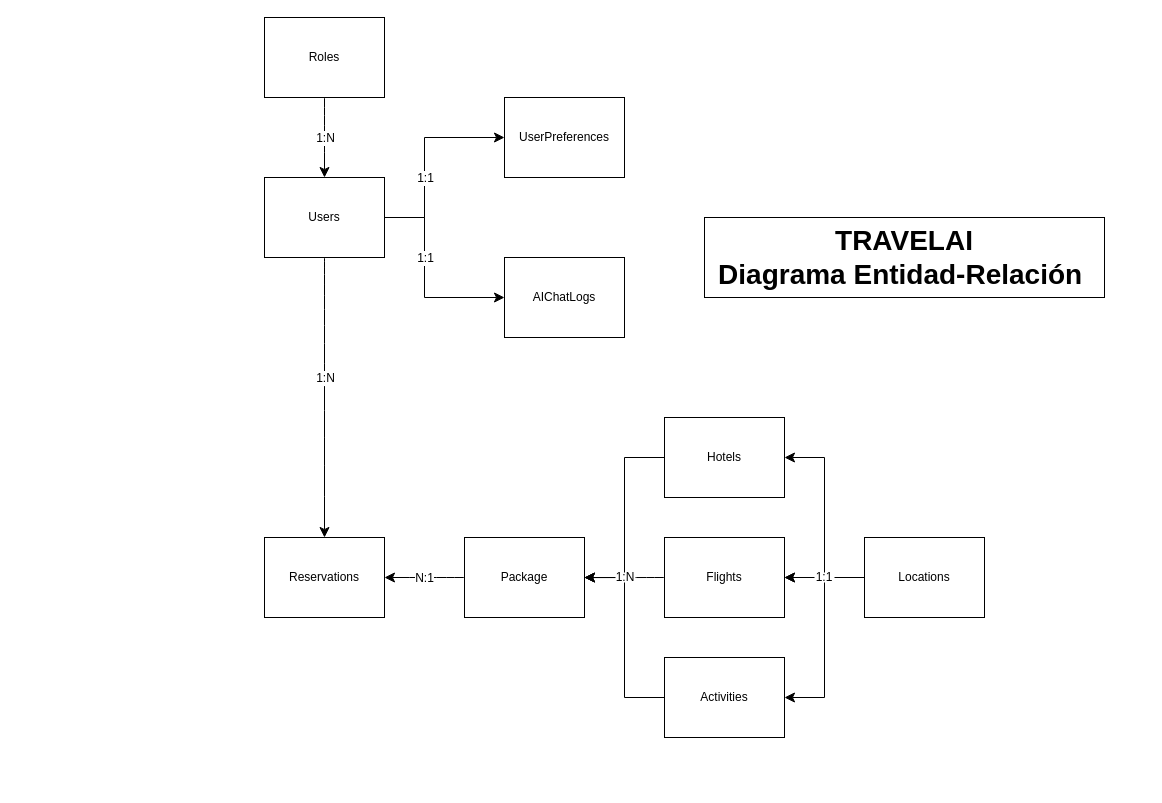
Above: page "EntidadRelacion" (2 of 2) of DocumentosExtra/EntidadRelacion/TravelAI.drawio in druiman1608/TravelAI (draw.io), before the change. Source tidied: cells renumbered, new cells numbered last; positions are measured from the earlier drawing's top-left corner, leaving out a move shared by most shapes. Both pictures are drawn from the tidied source at 100%, with x=0, y=0 at pixel (264, 17).
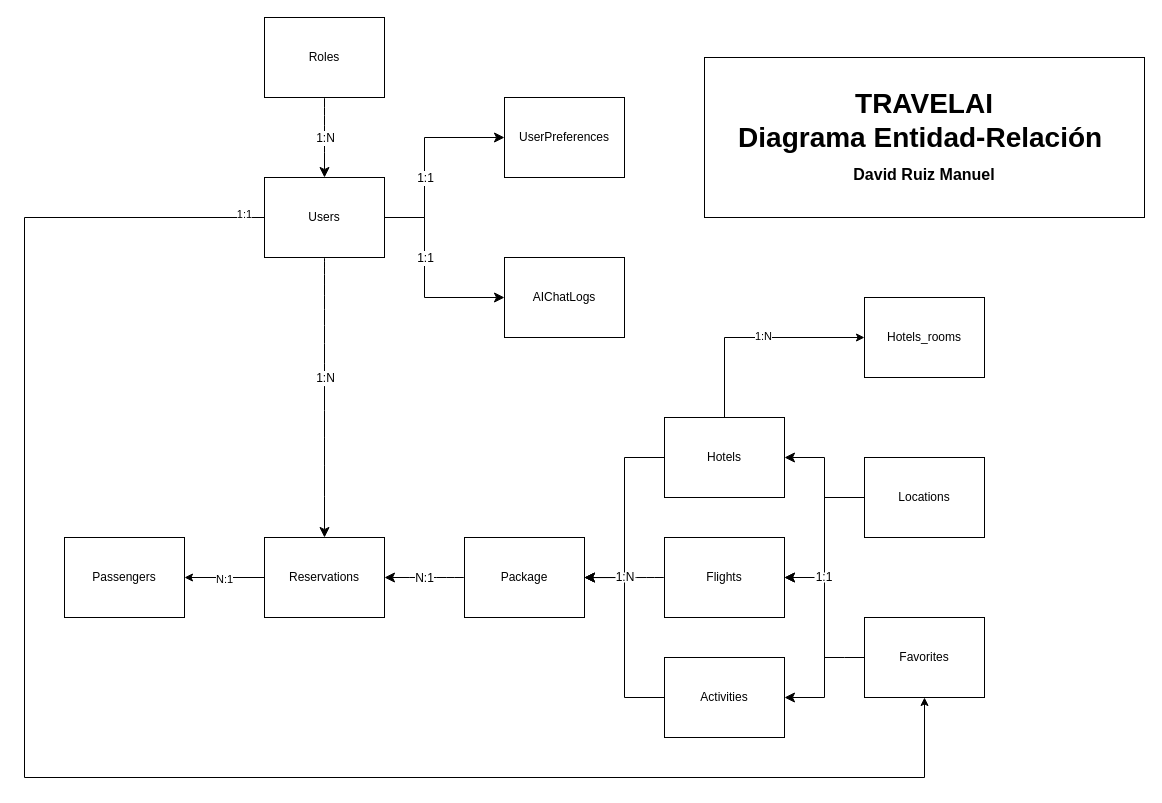
After the change.

The change refers to these unchanged cells:
```xml
<mxCell id="8" value="Users" style="rounded=0;whiteSpace=wrap;html=1;fillStyle=auto;" parent="1" vertex="1">
  <mxGeometry y="160" width="120" height="80" as="geometry" />
</mxCell>
<mxCell id="16" value="Hotels" style="rounded=0;whiteSpace=wrap;html=1;fillStyle=auto;" parent="1" vertex="1">
  <mxGeometry x="400" y="400" width="120" height="80" as="geometry" />
</mxCell>
<mxCell id="18" value="Flights" style="rounded=0;whiteSpace=wrap;html=1;fillStyle=auto;" parent="1" vertex="1">
  <mxGeometry x="400" y="520" width="120" height="80" as="geometry" />
</mxCell>
<mxCell id="19" value="Reservations" style="rounded=0;whiteSpace=wrap;html=1;fillStyle=auto;" parent="1" vertex="1">
  <mxGeometry y="520" width="120" height="80" as="geometry" />
</mxCell>
<mxCell id="27" value="Activities" style="rounded=0;whiteSpace=wrap;html=1;fillStyle=auto;" parent="1" vertex="1">
  <mxGeometry x="400" y="640" width="120" height="80" as="geometry" />
</mxCell>
```

Change to the diagram source:
```diff
@@
+    <mxCell id="32" style="edgeStyle=orthogonalEdgeStyle;rounded=0;jettySize=auto;html=1;exitX=0;exitY=0.5;exitDx=0;exitDy=0;entryX=0.5;entryY=1;entryDx=0;entryDy=0;" parent="1" edge="1" source="8" target="41">
+      <mxGeometry relative="1" as="geometry">
+        <Array as="points">
+          <mxPoint x="-240" y="200" />
+          <mxPoint x="-240" y="760" />
+          <mxPoint x="660" y="760" />
+        </Array>
+      </mxGeometry>
+    </mxCell>
+    <mxCell id="33" value="1:1" style="edgeLabel;html=1;align=center;verticalAlign=middle;" parent="32" vertex="1">
+      <mxGeometry x="-0.42" relative="1" as="geometry">
+        <mxPoint x="219" y="-280" as="offset" />
+      </mxGeometry>
+    </mxCell>
@@
+    <mxCell id="34" style="edgeStyle=orthogonalEdgeStyle;rounded=0;jettySize=auto;html=1;exitX=0.5;exitY=0;exitDx=0;exitDy=0;entryX=0;entryY=0.5;entryDx=0;entryDy=0;" parent="1" edge="1" source="16" target="39">
+      <mxGeometry relative="1" as="geometry" />
+    </mxCell>
+    <mxCell id="35" value="1:N" style="edgeLabel;html=1;align=center;verticalAlign=middle;" parent="34" vertex="1">
+      <mxGeometry x="0.07" y="2" relative="1" as="geometry" />
+    </mxCell>
@@
+    <mxCell id="36" style="edgeStyle=orthogonalEdgeStyle;rounded=0;jettySize=auto;html=1;exitX=0;exitY=0.5;exitDx=0;exitDy=0;" parent="1" edge="1" source="19" target="38">
+      <mxGeometry relative="1" as="geometry" />
+    </mxCell>
+    <mxCell id="37" value="N:1" style="edgeLabel;html=1;align=center;verticalAlign=middle;" parent="36" vertex="1">
+      <mxGeometry x="0.03" y="1" relative="1" as="geometry" />
+    </mxCell>
@@
     <mxCell id="22" style="edgeStyle=none;curved=0;rounded=0;jettySize=auto;html=1;exitX=0;exitY=0.5;exitDx=0;exitDy=0;entryX=1;entryY=0.5;entryDx=0;entryDy=0;fontSize=12;startSize=8;endSize=8;startArrow=none;startFill=0;" parent="1" edge="1" source="25" target="16">
       <mxGeometry relative="1" as="geometry">
         <Array as="points">
+          <mxPoint x="560" y="480" />
           <mxPoint x="560" y="560" />
           <mxPoint x="560" y="440" />
         </Array>
       </mxGeometry>
     </mxCell>
-    <mxCell id="23" style="edgeStyle=none;curved=1;rounded=0;jettySize=auto;html=1;exitX=0;exitY=0.5;exitDx=0;exitDy=0;entryX=1;entryY=0.5;entryDx=0;entryDy=0;fontSize=12;startSize=8;endSize=8;startArrow=none;startFill=0;" parent="1" edge="1" source="25" target="18">
-      <mxGeometry relative="1" as="geometry" />
+    <mxCell id="23" style="edgeStyle=none;curved=0;rounded=0;jettySize=auto;html=1;exitX=0;exitY=0.5;exitDx=0;exitDy=0;entryX=1;entryY=0.5;entryDx=0;entryDy=0;fontSize=12;startSize=8;endSize=8;startArrow=none;startFill=0;" parent="1" edge="1" source="25" target="18">
+      <mxGeometry relative="1" as="geometry">
+        <Array as="points">
+          <mxPoint x="560" y="480" />
+          <mxPoint x="560" y="560" />
+        </Array>
+      </mxGeometry>
     </mxCell>
     <mxCell id="24" style="edgeStyle=none;curved=0;rounded=0;jettySize=auto;html=1;exitX=0;exitY=0.5;exitDx=0;exitDy=0;entryX=1;entryY=0.5;entryDx=0;entryDy=0;fontSize=12;startSize=8;endSize=8;startArrow=none;startFill=0;endArrow=classic;endFill=1;" parent="1" edge="1" source="25" target="27">
       <mxGeometry relative="1" as="geometry">
         <Array as="points">
+          <mxPoint x="560" y="480" />
           <mxPoint x="560" y="560" />
           <mxPoint x="560" y="680" />
         </Array>
       </mxGeometry>
     </mxCell>
     <mxCell id="25" value="Locations" style="rounded=0;whiteSpace=wrap;html=1;fillStyle=auto;" parent="1" vertex="1">
-      <mxGeometry x="600" y="520" width="120" height="80" as="geometry" />
+      <mxGeometry x="600" y="440" width="120" height="80" as="geometry" />
     </mxCell>
@@
-    <mxCell id="31" value="&lt;b&gt;&lt;font style=&quot;font-size: 28px;&quot;&gt;TRAVELAI&lt;/font&gt;&lt;/b&gt;&lt;div&gt;&lt;b&gt;&lt;font style=&quot;font-size: 28px;&quot;&gt;Diagrama Entidad-Relación&amp;nbsp;&lt;/font&gt;&lt;/b&gt;&lt;/div&gt;" style="rounded=0;whiteSpace=wrap;html=1;" parent="1" vertex="1">
-      <mxGeometry x="440" y="200" width="400" height="80" as="geometry" />
+    <mxCell id="31" value="&lt;b&gt;&lt;font style=&quot;font-size: 28px;&quot;&gt;TRAVELAI&lt;/font&gt;&lt;/b&gt;&lt;div&gt;&lt;b&gt;&lt;font style=&quot;font-size: 28px;&quot;&gt;Diagrama Entidad-Relación&amp;nbsp;&lt;/font&gt;&lt;/b&gt;&lt;/div&gt;&lt;div&gt;&lt;b&gt;&lt;font style=&quot;font-size: 16px;&quot;&gt;David Ruiz Manuel&lt;/font&gt;&lt;/b&gt;&lt;b&gt;&lt;font style=&quot;font-size: 28px;&quot;&gt;&lt;/font&gt;&lt;/b&gt;&lt;/div&gt;" style="rounded=0;whiteSpace=wrap;html=1;" parent="1" vertex="1">
+      <mxGeometry x="440" y="40" width="440" height="160" as="geometry" />
     </mxCell>
+    <mxCell id="38" value="Passengers" style="rounded=0;whiteSpace=wrap;html=1;fillStyle=auto;" parent="1" vertex="1">
+      <mxGeometry x="-200" y="520" width="120" height="80" as="geometry" />
+    </mxCell>
+    <mxCell id="39" value="Hotels_rooms" style="rounded=0;whiteSpace=wrap;html=1;fillStyle=auto;" parent="1" vertex="1">
+      <mxGeometry x="600" y="280" width="120" height="80" as="geometry" />
+    </mxCell>
+    <mxCell id="40" style="edgeStyle=orthogonalEdgeStyle;rounded=0;jettySize=auto;html=1;exitX=0;exitY=0.5;exitDx=0;exitDy=0;endArrow=none;endFill=0;" parent="1" edge="1" source="41">
+      <mxGeometry relative="1" as="geometry">
+        <mxPoint x="560" y="640" as="targetPoint" />
+      </mxGeometry>
+    </mxCell>
+    <mxCell id="41" value="Favorites" style="rounded=0;whiteSpace=wrap;html=1;fillStyle=auto;" parent="1" vertex="1">
+      <mxGeometry x="600" y="600" width="120" height="80" as="geometry" />
+    </mxCell>
```
